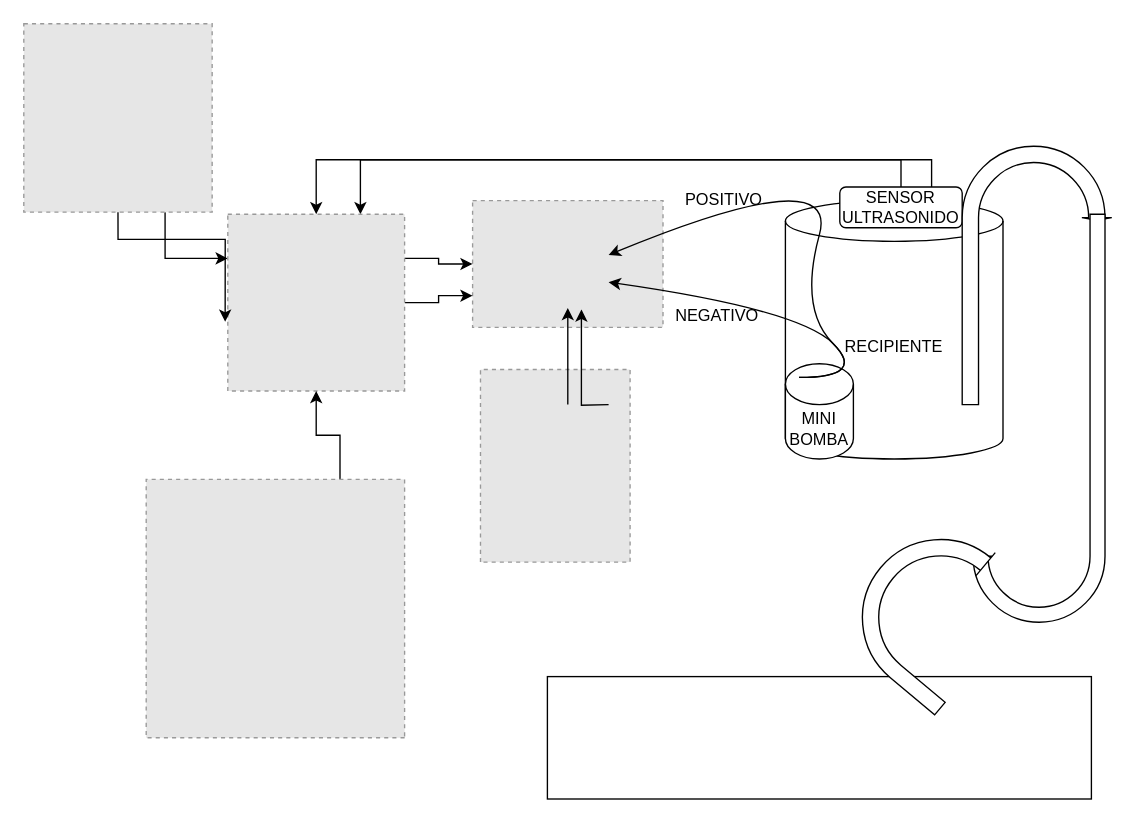
Above: Diagrama sin título.drawio in Sasarindo00/Ingenieria-6semestre (draw.io), before the change. Source tidied: cells renumbered, new cells numbered last; positions are measured from the earlier drawing's top-left corner, leaving out a move shared by most shapes. Both pictures are drawn from the tidied source at 136%, with x=0, y=0 at pixel (23, 23). Pictures stored in the file or linked from it are replaced by grey dashed boxes.
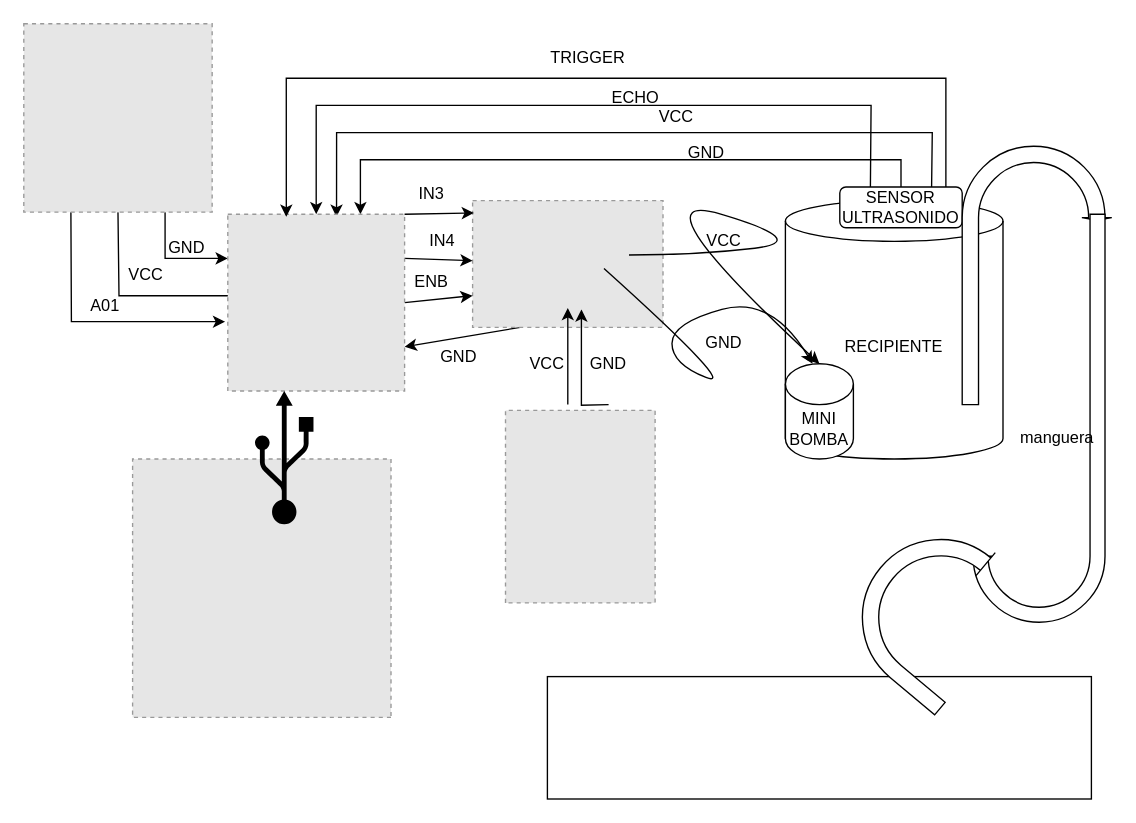
The same diagram, later.

Unchanged cells that the change refers to:
```xml
<mxCell id="3" style="fillColor=#E6E6E6;strokeColor=#999999;dashed=1;verticalLabelPosition=bottom;verticalAlign=top;" parent="1" vertex="1">
  <mxGeometry x="330" y="130" width="140" height="93.2" as="geometry" />
</mxCell>
<mxCell id="7" value="SENSOR ULTRASONIDO" style="rounded=1;whiteSpace=wrap;html=1;" parent="1" vertex="1">
  <mxGeometry x="600" y="120" width="90" height="30" as="geometry" />
</mxCell>
<mxCell id="8" value="MINI BOMBA" style="shape=cylinder3;whiteSpace=wrap;html=1;boundedLbl=1;backgroundOutline=1;size=15;" parent="1" vertex="1">
  <mxGeometry x="560" y="250" width="50" height="70" as="geometry" />
</mxCell>
<mxCell id="20" style="fillColor=#E6E6E6;strokeColor=#999999;dashed=1;verticalLabelPosition=bottom;verticalAlign=top;" parent="1" vertex="1">
  <mxGeometry width="138.5" height="138.5" as="geometry" />
</mxCell>
<mxCell id="23" style="fillColor=#E6E6E6;strokeColor=#999999;dashed=1;verticalLabelPosition=bottom;verticalAlign=top;" parent="1" vertex="1">
  <mxGeometry x="150" y="140" width="130" height="130" as="geometry" />
</mxCell>
```

The edit, as a diff of the source:
```diff
@@
     <mxCell id="2" style="fillColor=#E6E6E6;strokeColor=#999999;dashed=1;verticalLabelPosition=bottom;verticalAlign=top;rotation=-90;" parent="1" vertex="1">
-      <mxGeometry x="320" y="270" width="141.6" height="110" as="geometry" />
+      <mxGeometry x="338.4" y="300" width="141.6" height="110" as="geometry" />
     </mxCell>
+    <mxCell id="27" style="edgeStyle=none;rounded=0;jettySize=auto;html=1;exitX=0.25;exitY=1;exitDx=0;exitDy=0;entryX=1;entryY=0.75;entryDx=0;entryDy=0;" parent="1" edge="1" source="3" target="23">
+      <mxGeometry relative="1" as="geometry" />
+    </mxCell>
@@
-    <mxCell id="6" style="edgeStyle=orthogonalEdgeStyle;rounded=0;jettySize=auto;html=1;exitX=0.75;exitY=0;exitDx=0;exitDy=0;entryX=0.5;entryY=0;entryDx=0;entryDy=0;" parent="1" edge="1" source="7" target="23">
-      <mxGeometry relative="1" as="geometry" />
-    </mxCell>
+    <mxCell id="28" style="edgeStyle=none;rounded=0;jettySize=auto;html=1;exitX=0.75;exitY=0;exitDx=0;exitDy=0;entryX=0.615;entryY=0.015;entryDx=0;entryDy=0;entryPerimeter=0;" parent="1" edge="1" source="7" target="23">
+      <mxGeometry relative="1" as="geometry">
+        <Array as="points">
+          <mxPoint x="668" y="80" />
+          <mxPoint x="230" y="80" />
+        </Array>
+      </mxGeometry>
+    </mxCell>
+    <mxCell id="29" style="edgeStyle=none;rounded=0;jettySize=auto;html=1;exitX=0.25;exitY=0;exitDx=0;exitDy=0;entryX=0.5;entryY=0;entryDx=0;entryDy=0;" parent="1" edge="1" source="7" target="23">
+      <mxGeometry relative="1" as="geometry">
+        <Array as="points">
+          <mxPoint x="623" y="60" />
+          <mxPoint x="215" y="60" />
+        </Array>
+      </mxGeometry>
+    </mxCell>
@@
-    <mxCell id="9" style="curved=1;endArrow=classic;html=1;rounded=0;" parent="1" edge="1">
-      <mxGeometry relative="1" as="geometry">
-        <mxPoint x="570" y="260" as="sourcePoint" />
-        <mxPoint x="430" y="170" as="targetPoint" />
-        <Array as="points">
-          <mxPoint x="620" y="260" />
-          <mxPoint x="570" y="210" />
-          <mxPoint x="600" y="100" />
-        </Array>
-      </mxGeometry>
-    </mxCell>
@@
-    <mxCell id="12" style="curved=1;endArrow=classic;html=1;rounded=0;entryX=1;entryY=0.75;entryDx=0;entryDy=0;" parent="1" edge="1">
-      <mxGeometry relative="1" as="geometry">
-        <mxPoint x="570" y="260" as="sourcePoint" />
-        <mxPoint x="430" y="190" as="targetPoint" />
-        <Array as="points">
-          <mxPoint x="620" y="260" />
-          <mxPoint x="570" y="210" />
-        </Array>
-      </mxGeometry>
-    </mxCell>
-    <mxCell id="13" value="POSITIVO" style="text;html=1;strokeColor=none;fillColor=none;align=center;verticalAlign=middle;whiteSpace=wrap;rounded=0;" parent="1" vertex="1">
-      <mxGeometry x="480" y="110" width="70" height="40" as="geometry" />
+    <mxCell id="13" value="VCC" style="text;html=1;strokeColor=none;fillColor=none;align=center;verticalAlign=middle;whiteSpace=wrap;rounded=0;" parent="1" vertex="1">
+      <mxGeometry x="480" y="140" width="70" height="40" as="geometry" />
     </mxCell>
-    <mxCell id="14" value="NEGATIVO" style="text;html=1;strokeColor=none;fillColor=none;align=center;verticalAlign=middle;whiteSpace=wrap;rounded=0;" parent="1" vertex="1">
-      <mxGeometry x="480" y="200" width="60" height="30" as="geometry" />
+    <mxCell id="14" value="GND&lt;br&gt;" style="text;html=1;strokeColor=none;fillColor=none;align=center;verticalAlign=middle;whiteSpace=wrap;rounded=0;" parent="1" vertex="1">
+      <mxGeometry x="485" y="220" width="60" height="30" as="geometry" />
     </mxCell>
@@
+    <mxCell id="30" style="edgeStyle=none;rounded=0;jettySize=auto;html=1;exitX=0.5;exitY=1;exitDx=0;exitDy=0;" parent="1" edge="1" source="20">
+      <mxGeometry relative="1" as="geometry">
+        <mxPoint x="160" y="200" as="targetPoint" />
+        <Array as="points">
+          <mxPoint x="70" y="200" />
+        </Array>
+      </mxGeometry>
+    </mxCell>
+    <mxCell id="26" style="edgeStyle=none;rounded=0;jettySize=auto;html=1;exitX=0.25;exitY=1;exitDx=0;exitDy=0;entryX=-0.015;entryY=0.608;entryDx=0;entryDy=0;entryPerimeter=0;" parent="1" edge="1" source="20" target="23">
+      <mxGeometry relative="1" as="geometry">
+        <Array as="points">
+          <mxPoint x="35" y="219" />
+        </Array>
+      </mxGeometry>
+    </mxCell>
@@
-    <mxCell id="21" style="edgeStyle=orthogonalEdgeStyle;rounded=0;jettySize=auto;html=1;exitX=1;exitY=0.25;exitDx=0;exitDy=0;" parent="1" edge="1" source="23" target="3">
-      <mxGeometry relative="1" as="geometry" />
-    </mxCell>
-    <mxCell id="22" style="edgeStyle=orthogonalEdgeStyle;rounded=0;jettySize=auto;html=1;exitX=1;exitY=0.5;exitDx=0;exitDy=0;entryX=0;entryY=0.75;entryDx=0;entryDy=0;" parent="1" edge="1" source="23" target="3">
-      <mxGeometry relative="1" as="geometry" />
-    </mxCell>
+    <mxCell id="31" style="edgeStyle=none;rounded=0;jettySize=auto;html=1;exitX=1;exitY=0.25;exitDx=0;exitDy=0;" parent="1" edge="1" source="23" target="3">
+      <mxGeometry relative="1" as="geometry" />
+    </mxCell>
+    <mxCell id="32" style="edgeStyle=none;rounded=0;jettySize=auto;html=1;exitX=1;exitY=0.5;exitDx=0;exitDy=0;entryX=0;entryY=0.75;entryDx=0;entryDy=0;" parent="1" edge="1" source="23" target="3">
+      <mxGeometry relative="1" as="geometry" />
+    </mxCell>
@@
-    <mxCell id="24" style="edgeStyle=orthogonalEdgeStyle;rounded=0;jettySize=auto;html=1;exitX=0.25;exitY=1;exitDx=0;exitDy=0;" parent="1" edge="1" source="25" target="23">
-      <mxGeometry relative="1" as="geometry" />
-    </mxCell>
     <mxCell id="25" style="fillColor=#E6E6E6;strokeColor=#999999;dashed=1;verticalLabelPosition=bottom;verticalAlign=top;rotation=-180;" parent="1" vertex="1">
-      <mxGeometry x="90" y="335" width="190" height="190" as="geometry" />
+      <mxGeometry x="80" y="320" width="190" height="190" as="geometry" />
     </mxCell>
-    <mxCell id="26" style="edgeStyle=orthogonalEdgeStyle;rounded=0;jettySize=auto;html=1;exitX=0.5;exitY=1;exitDx=0;exitDy=0;entryX=-0.015;entryY=0.608;entryDx=0;entryDy=0;entryPerimeter=0;" parent="1" edge="1" source="20" target="23">
-      <mxGeometry relative="1" as="geometry" />
-    </mxCell>
+    <mxCell id="33" value="GND&lt;br&gt;" style="text;html=1;strokeColor=none;fillColor=none;align=center;verticalAlign=middle;whiteSpace=wrap;rounded=0;" parent="1" vertex="1">
+      <mxGeometry x="90" y="150" width="60" height="30" as="geometry" />
+    </mxCell>
+    <mxCell id="34" value="VCC&lt;br&gt;" style="text;html=1;strokeColor=none;fillColor=none;align=center;verticalAlign=middle;whiteSpace=wrap;rounded=0;" parent="1" vertex="1">
+      <mxGeometry x="60" y="170" width="60" height="30" as="geometry" />
+    </mxCell>
+    <mxCell id="35" value="A01" style="text;html=1;strokeColor=none;fillColor=none;align=center;verticalAlign=middle;whiteSpace=wrap;rounded=0;" parent="1" vertex="1">
+      <mxGeometry x="30" y="193.2" width="60" height="30" as="geometry" />
+    </mxCell>
+    <mxCell id="36" value="GND&lt;br&gt;" style="text;html=1;strokeColor=none;fillColor=none;align=center;verticalAlign=middle;whiteSpace=wrap;rounded=0;" parent="1" vertex="1">
+      <mxGeometry x="471.6" y="80" width="60" height="30" as="geometry" />
+    </mxCell>
+    <mxCell id="37" value="VCC&lt;br&gt;" style="text;html=1;strokeColor=none;fillColor=none;align=center;verticalAlign=middle;whiteSpace=wrap;rounded=0;" parent="1" vertex="1">
+      <mxGeometry x="450" y="54.2" width="60" height="30" as="geometry" />
+    </mxCell>
+    <mxCell id="38" style="edgeStyle=none;rounded=0;jettySize=auto;html=1;exitX=0.25;exitY=0;exitDx=0;exitDy=0;entryX=0.331;entryY=0.015;entryDx=0;entryDy=0;entryPerimeter=0;" parent="1" edge="1" target="23">
+      <mxGeometry relative="1" as="geometry">
+        <mxPoint x="678" y="120" as="sourcePoint" />
+        <Array as="points">
+          <mxPoint x="678" y="40" />
+          <mxPoint x="440" y="40" />
+          <mxPoint x="193" y="40" />
+        </Array>
+      </mxGeometry>
+    </mxCell>
+    <mxCell id="39" value="ECHO" style="text;html=1;strokeColor=none;fillColor=none;align=center;verticalAlign=middle;whiteSpace=wrap;rounded=0;" parent="1" vertex="1">
+      <mxGeometry x="420" y="40" width="60" height="30" as="geometry" />
+    </mxCell>
+    <mxCell id="40" value="TRIGGER&lt;br&gt;" style="text;html=1;strokeColor=none;fillColor=none;align=center;verticalAlign=middle;whiteSpace=wrap;rounded=0;" parent="1" vertex="1">
+      <mxGeometry x="385" y="10" width="60" height="30" as="geometry" />
+    </mxCell>
+    <mxCell id="41" style="shape=mxgraph.signs.tech.usb;html=1;fillColor=#000000;strokeColor=none;verticalLabelPosition=bottom;verticalAlign=top;align=center;" parent="1" vertex="1">
+      <mxGeometry x="170" y="270" width="43" height="98" as="geometry" />
+    </mxCell>
+    <mxCell id="42" value="VCC" style="text;html=1;strokeColor=none;fillColor=none;align=center;verticalAlign=middle;whiteSpace=wrap;rounded=0;" parent="1" vertex="1">
+      <mxGeometry x="350" y="230" width="70" height="40" as="geometry" />
+    </mxCell>
+    <mxCell id="43" value="GND&lt;br&gt;" style="text;html=1;strokeColor=none;fillColor=none;align=center;verticalAlign=middle;whiteSpace=wrap;rounded=0;" parent="1" vertex="1">
+      <mxGeometry x="400" y="235" width="60" height="30" as="geometry" />
+    </mxCell>
+    <mxCell id="44" value="GND&lt;br&gt;" style="text;html=1;strokeColor=none;fillColor=none;align=center;verticalAlign=middle;whiteSpace=wrap;rounded=0;" parent="1" vertex="1">
+      <mxGeometry x="290" y="230" width="60" height="30" as="geometry" />
+    </mxCell>
+    <mxCell id="45" value="IN3" style="text;html=1;strokeColor=none;fillColor=none;align=center;verticalAlign=middle;whiteSpace=wrap;rounded=0;" parent="1" vertex="1">
+      <mxGeometry x="270" y="110" width="60" height="30" as="geometry" />
+    </mxCell>
+    <mxCell id="46" value="IN4" style="text;html=1;strokeColor=none;fillColor=none;align=center;verticalAlign=middle;whiteSpace=wrap;rounded=0;" parent="1" vertex="1">
+      <mxGeometry x="278.4" y="145" width="60" height="30" as="geometry" />
+    </mxCell>
+    <mxCell id="47" value="ENB" style="text;html=1;strokeColor=none;fillColor=none;align=center;verticalAlign=middle;whiteSpace=wrap;rounded=0;" parent="1" vertex="1">
+      <mxGeometry x="270" y="175" width="60" height="30" as="geometry" />
+    </mxCell>
+    <mxCell id="48" style="edgeStyle=none;rounded=0;jettySize=auto;html=1;exitX=1;exitY=0;exitDx=0;exitDy=0;entryX=0.007;entryY=0.097;entryDx=0;entryDy=0;entryPerimeter=0;" parent="1" edge="1" source="23" target="3">
+      <mxGeometry relative="1" as="geometry" />
+    </mxCell>
+    <mxCell id="49" value="manguera&lt;br&gt;" style="text;html=1;strokeColor=none;fillColor=none;align=center;verticalAlign=middle;whiteSpace=wrap;rounded=0;" parent="1" vertex="1">
+      <mxGeometry x="730" y="290" width="60" height="30" as="geometry" />
+    </mxCell>
+    <mxCell id="50" style="curved=1;endArrow=classic;html=1;rounded=0;entryX=0.5;entryY=0;entryDx=0;entryDy=0;entryPerimeter=0;" parent="1" edge="1" target="8">
+      <mxGeometry relative="1" as="geometry">
+        <mxPoint x="445" y="170" as="sourcePoint" />
+        <Array as="points">
+          <mxPoint x="495" y="170" />
+          <mxPoint x="580" y="160" />
+          <mxPoint x="445" y="120" />
+        </Array>
+      </mxGeometry>
+    </mxCell>
+    <mxCell id="51" style="curved=1;endArrow=classic;html=1;rounded=0;" parent="1" edge="1">
+      <mxGeometry relative="1" as="geometry">
+        <mxPoint x="426.6" y="180" as="sourcePoint" />
+        <mxPoint x="580" y="250" as="targetPoint" />
+        <Array as="points">
+          <mxPoint x="526.6" y="270" />
+          <mxPoint x="476.6" y="250" />
+          <mxPoint x="476.6" y="220" />
+          <mxPoint x="550" y="200" />
+        </Array>
+      </mxGeometry>
+    </mxCell>
```
